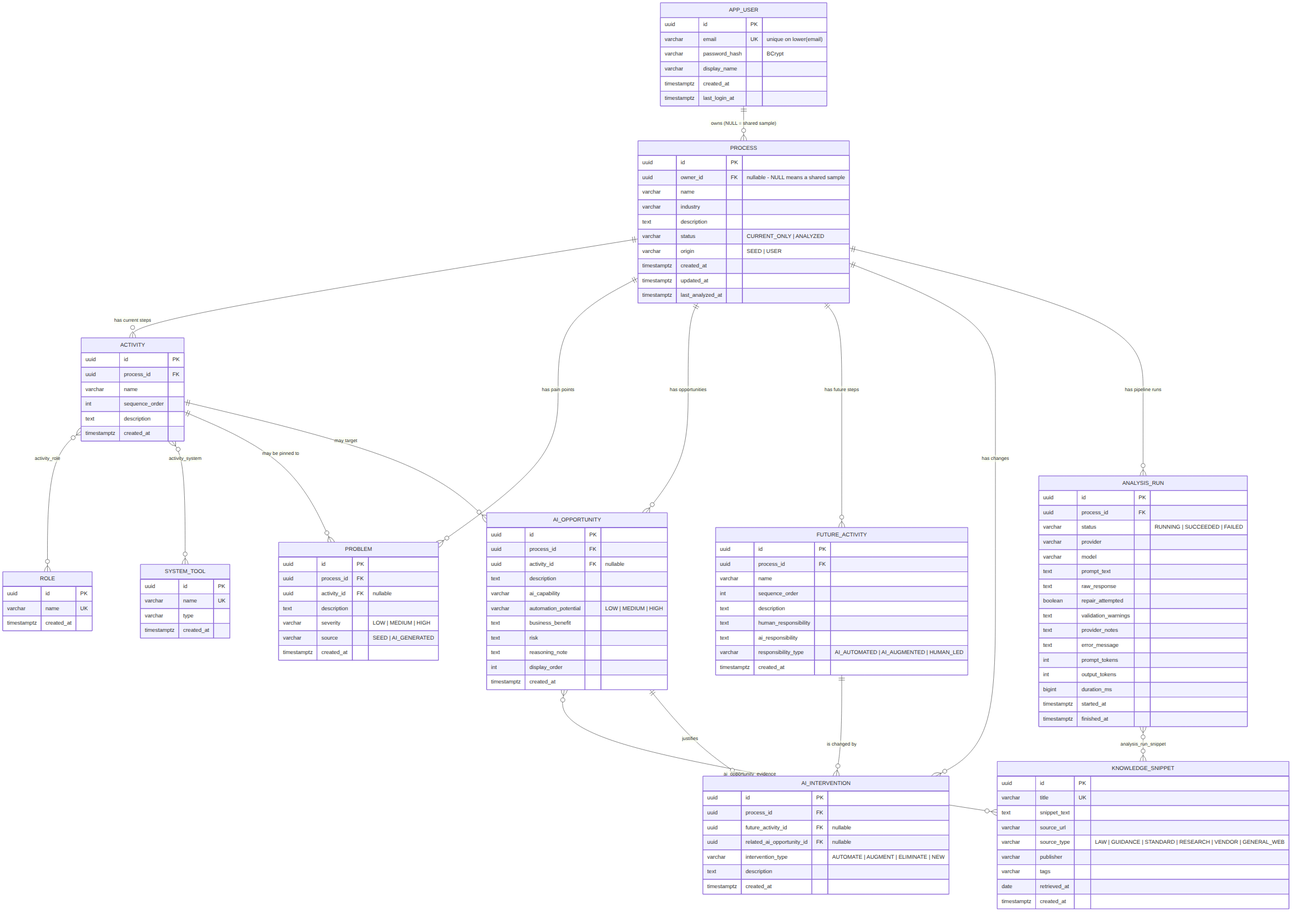
Saisrijan166/future-process-designer keeps this Mermaid diagram as docs/diagrams/entity-relationship-diagram.png. Above is the earlier version. Its source is kept beside it as docs/diagrams/entity-relationship-diagram.mmd. The source it was exported from:
```mermaid
erDiagram
    APP_USER ||--o{ PROCESS : "owns (NULL = shared sample)"
    PROCESS ||--o{ ACTIVITY : "has current steps"
    PROCESS ||--o{ PROBLEM : "has pain points"
    PROCESS ||--o{ AI_OPPORTUNITY : "has opportunities"
    PROCESS ||--o{ FUTURE_ACTIVITY : "has future steps"
    PROCESS ||--o{ AI_INTERVENTION : "has changes"
    PROCESS ||--o{ ANALYSIS_RUN : "has pipeline runs"

    ACTIVITY }o--o{ ROLE : "activity_role"
    ACTIVITY }o--o{ SYSTEM_TOOL : "activity_system"
    ACTIVITY ||--o{ PROBLEM : "may be pinned to"
    ACTIVITY ||--o{ AI_OPPORTUNITY : "may target"

    AI_OPPORTUNITY }o--o{ KNOWLEDGE_SNIPPET : "ai_opportunity_evidence"
    AI_OPPORTUNITY ||--o{ AI_INTERVENTION : "justifies"
    FUTURE_ACTIVITY ||--o{ AI_INTERVENTION : "is changed by"

    ANALYSIS_RUN }o--o{ KNOWLEDGE_SNIPPET : "analysis_run_snippet"

    APP_USER {
        uuid id PK
        varchar email UK "unique on lower(email)"
        varchar password_hash "BCrypt"
        varchar display_name
        timestamptz created_at
        timestamptz last_login_at
    }

    PROCESS {
        uuid id PK
        uuid owner_id FK "nullable - NULL means a shared sample"
        varchar name
        varchar industry
        text description
        varchar status "CURRENT_ONLY | ANALYZED"
        varchar origin "SEED | USER"
        timestamptz created_at
        timestamptz updated_at
        timestamptz last_analyzed_at
    }

    ACTIVITY {
        uuid id PK
        uuid process_id FK
        varchar name
        int sequence_order
        text description
        timestamptz created_at
    }

    ROLE {
        uuid id PK
        varchar name UK
        timestamptz created_at
    }

    SYSTEM_TOOL {
        uuid id PK
        varchar name UK
        varchar type
        timestamptz created_at
    }

    PROBLEM {
        uuid id PK
        uuid process_id FK
        uuid activity_id FK "nullable"
        text description
        varchar severity "LOW | MEDIUM | HIGH"
        varchar source "SEED | AI_GENERATED"
        timestamptz created_at
    }

    KNOWLEDGE_SNIPPET {
        uuid id PK
        varchar title UK
        text snippet_text
        varchar source_url
        varchar source_type "LAW | GUIDANCE | STANDARD | RESEARCH | VENDOR | GENERAL_WEB"
        varchar publisher
        varchar tags
        date retrieved_at
        timestamptz created_at
    }

    AI_OPPORTUNITY {
        uuid id PK
        uuid process_id FK
        uuid activity_id FK "nullable"
        text description
        varchar ai_capability
        varchar automation_potential "LOW | MEDIUM | HIGH"
        text business_benefit
        text risk
        text reasoning_note
        int display_order
        timestamptz created_at
    }

    FUTURE_ACTIVITY {
        uuid id PK
        uuid process_id FK
        varchar name
        int sequence_order
        text description
        text human_responsibility
        text ai_responsibility
        varchar responsibility_type "AI_AUTOMATED | AI_AUGMENTED | HUMAN_LED"
        timestamptz created_at
    }

    AI_INTERVENTION {
        uuid id PK
        uuid process_id FK
        uuid future_activity_id FK "nullable"
        uuid related_ai_opportunity_id FK "nullable"
        varchar intervention_type "AUTOMATE | AUGMENT | ELIMINATE | NEW"
        text description
        timestamptz created_at
    }

    ANALYSIS_RUN {
        uuid id PK
        uuid process_id FK
        varchar status "RUNNING | SUCCEEDED | FAILED"
        varchar provider
        varchar model
        text prompt_text
        text raw_response
        boolean repair_attempted
        text validation_warnings
        text provider_notes
        text error_message
        int prompt_tokens
        int output_tokens
        bigint duration_ms
        timestamptz started_at
        timestamptz finished_at
    }
```
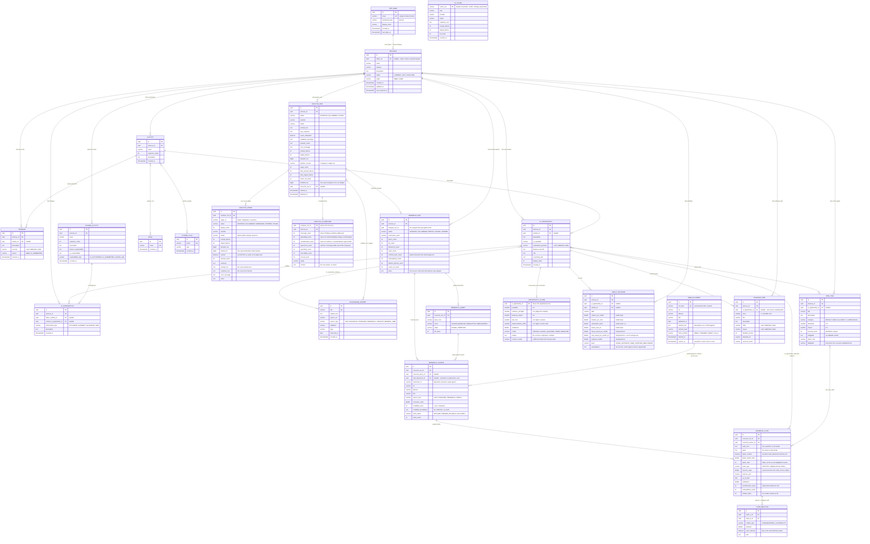
Later version of the same file.

The edit, as a diff of the source:
```diff
@@ -17,6 +17,28 @@
     FUTURE_ACTIVITY ||--o{ AI_INTERVENTION : "is changed by"
 
     ANALYSIS_RUN }o--o{ KNOWLEDGE_SNIPPET : "analysis_run_snippet"
+    ANALYSIS_RUN ||--o{ ANALYSIS_STAGE : "one row per stage"
+    ANALYSIS_RUN ||--o| ANALYSIS_SCORECARD : "is measured by"
+    ANALYSIS_RUN ||--o| RESEARCH_RUN : "used this research"
+
+    PROCESS ||--o{ RESEARCH_RUN : "has research passes"
+    RESEARCH_RUN ||--o{ RESEARCH_QUERY : "planned searches"
+    RESEARCH_RUN ||--o{ RESEARCH_SOURCE : "found sources"
+    RESEARCH_QUERY ||--o{ RESEARCH_SOURCE : "which search found it"
+    WEB_DOCUMENT ||--o{ RESEARCH_SOURCE : "cached page text, shared across runs"
+    RESEARCH_SOURCE ||--o{ EVIDENCE_CLAIM : "yielded claims"
+    EVIDENCE_CLAIM ||--o{ CLAIM_RELATION : "agrees or disagrees with"
+
+    AI_OPPORTUNITY }o--o{ EVIDENCE_CLAIM : "ai_opportunity_claim (the citation)"
+    AI_OPPORTUNITY ||--o| OPPORTUNITY_SCORE : "reviewed by a second model"
+    AI_OPPORTUNITY ||--o{ IMPACT_ESTIMATE : "is worth"
+    AI_OPPORTUNITY ||--o{ RISK_ITEM : "carries risks"
+    AI_OPPORTUNITY ||--o{ ROADMAP_ITEM : "is delivered by"
+    RISK_ITEM }o--o{ EVIDENCE_CLAIM : "risk_item_claim"
+
+    PROCESS ||--o{ IMPACT_ESTIMATE : "has estimates"
+    PROCESS ||--o{ RISK_ITEM : "has a risk register"
+    PROCESS ||--o{ ROADMAP_ITEM : "has a delivery plan"
 
     APP_USER {
         uuid id PK
@@ -135,6 +157,205 @@
         int prompt_tokens
         int output_tokens
         bigint duration_ms
+        varchar pipeline_version "2-staged | 1-single-call"
+        int stage_count
+        int total_prompt_tokens
+        int total_output_tokens
+        int cache_hit_count
+        bigint throttled_ms "time spent waiting on free-tier budget"
+        uuid research_run_id FK "nullable"
         timestamptz started_at
         timestamptz finished_at
     }
+
+    ANALYSIS_STAGE {
+        uuid id PK
+        uuid analysis_run_id FK
+        varchar stage_id "intake | diagnosis | research | ..."
+        varchar status "RUNNING | SUCCEEDED | DEGRADED | SKIPPED | FAILED"
+        int display_order
+        varchar provider
+        varchar model "which model actually answered"
+        int prompt_tokens
+        int output_tokens
+        bigint duration_ms
+        bigint waited_ms "time queued behind a token bucket"
+        boolean cached "served from ai_cache at no quota cost"
+        int attempt_count
+        text summary
+        text prompt_text "the exact prompt sent"
+        text response_text "the exact text returned"
+        text error_message
+        text notes
+    }
+
+    ANALYSIS_SCORECARD {
+        uuid analysis_run_id PK "shares the run's key"
+        uuid process_id FK
+        int coverage_score "share of today's activities addressed"
+        int grounding_score "share of recommendations citing a verified quote"
+        int corroboration_score "share of evidence a second domain agreed with"
+        int agreement_score "how the reviewing model scored the proposals"
+        int specificity_score
+        int traceability_score
+        int overall_score
+        varchar grade
+        text metrics "the raw counts, as JSON"
+    }
+
+    RESEARCH_RUN {
+        uuid id PK
+        uuid process_id FK
+        uuid analysis_run_id "the analysis this was gathered for"
+        varchar status "RUNNING | SUCCEEDED | PARTIAL | FAILED | SKIPPED"
+        varchar connectors_used
+        int query_count
+        int hit_count
+        int document_count
+        int claim_count
+        int verified_claim_count "quotes located in the stored page text"
+        int contradiction_count
+        int distinct_domain_count
+        int cache_hit_count
+        text notes "one line per connector that failed or was skipped"
+    }
+
+    RESEARCH_QUERY {
+        uuid id PK
+        uuid research_run_id FK
+        varchar query_text
+        varchar intent "DOMAIN_BASELINE | REGULATION | BENCHMARK | ..."
+        varchar origin "MODEL | TEMPLATE"
+        int hit_count
+    }
+
+    WEB_DOCUMENT {
+        uuid id PK
+        varchar url_hash UK "canonicalised URL, hashed"
+        varchar url
+        varchar domain
+        varchar title
+        date published_at
+        text content_text "what quotes are verified against"
+        varchar content_hash
+        varchar fetch_method "DIRECT | READER | AGENT_TOOL | ..."
+        timestamptz fetched_at
+        timestamptz expires_at "reused for a week, then re-read"
+    }
+
+    RESEARCH_SOURCE {
+        uuid id PK
+        uuid research_run_id FK
+        uuid research_query_id FK "nullable"
+        uuid web_document_id FK "nullable - null when it could not be read"
+        varchar connector_id "bing-web | openalex | groq-agent | ..."
+        varchar url
+        varchar domain
+        varchar title
+        varchar source_type "LAW | STANDARD | RESEARCH | NEWS | ..."
+        double relevance_score
+        int credibility_score "0-100, computed"
+        text credibility_breakdown "the arithmetic, as JSON"
+        varchar fetch_status "FETCHED | READER_FALLBACK | BLOCKED | ..."
+        int claim_count
+    }
+
+    EVIDENCE_CLAIM {
+        uuid id PK
+        uuid research_run_id FK
+        uuid research_source_id FK
+        text claim_text "one assertion, in our words"
+        text quote "the source's own words"
+        boolean quote_verified "located in web_document.content_text"
+        double quote_match_ratio
+        int quote_start "offset, so the UI can highlight it in place"
+        varchar claim_type "STATISTIC | REGULATION | RISK | ..."
+        double numeric_value "parsed out when the claim carries a figure"
+        varchar numeric_unit
+        date as_of_date
+        double confidence
+        int corroboration_count "independent domains only"
+        int contradiction_count
+        int citation_index "the number shown as [3]"
+    }
+
+    CLAIM_RELATION {
+        uuid id PK
+        uuid claim_a_id FK
+        uuid claim_b_id FK
+        varchar relation_type "CORROBORATES | CONTRADICTS"
+        double similarity
+        boolean same_domain "false is the only kind that counts"
+        text note
+    }
+
+    OPPORTUNITY_SCORE {
+        uuid ai_opportunity_id PK "shares the opportunity's key"
+        smallint feasibility "0-5"
+        smallint evidence_strength "0-5, judges the citations"
+        smallint business_impact "0-5"
+        smallint risk_level "0-5, higher is worse"
+        smallint implementation_effort "0-5, higher is more work"
+        double confidence
+        varchar verdict "STRONG | SOUND | QUALIFIED | WEAK | REJECTED"
+        text critique "the reviewer's objection, verbatim"
+        varchar reviewer_model "a different family from the generator"
+    }
+
+    IMPACT_ESTIMATE {
+        uuid id PK
+        uuid process_id FK
+        uuid ai_opportunity_id FK "nullable"
+        uuid activity_id FK "nullable"
+        varchar label
+        double volume_per_month "model input"
+        double minutes_per_item "model input"
+        double automation_share "model input, 0-1"
+        double hourly_cost_inr "model input"
+        double hours_saved_per_month "computed here"
+        double cost_saved_per_month_inr "computed here, net of running cost"
+        double payback_months "computed here"
+        varchar basis "MODEL_ESTIMATE | USER_SUPPLIED | BENCHMARK"
+        text assumptions "one per line, so the figures can be argued with"
+    }
+
+    RISK_ITEM {
+        uuid id PK
+        uuid process_id FK
+        uuid ai_opportunity_id FK "nullable"
+        varchar title
+        text description
+        varchar category "PRIVACY | BIAS | ACCURACY | COMPLIANCE | ..."
+        smallint likelihood "1-5"
+        smallint impact "1-5"
+        int severity_score "likelihood x impact"
+        text mitigation "an auditable control"
+        varchar owner_role
+        varchar obligation "only where the research established one"
+    }
+
+    ROADMAP_ITEM {
+        uuid id PK
+        uuid process_id FK
+        uuid ai_opportunity_id FK "nullable - null means enabling work"
+        smallint wave "1 = startable now"
+        varchar title
+        text description
+        varchar effort "LOW | MEDIUM | HIGH"
+        varchar impact "LOW | MEDIUM | HIGH"
+        int duration_weeks
+        varchar depends_on
+        varchar success_metric
+    }
+
+    AI_CACHE {
+        varchar cache_key PK "sha256 of provider, model, settings and prompt"
+        varchar task
+        varchar provider
+        varchar model
+        text response_text
+        int prompt_tokens
+        int output_tokens
+        int hit_count
+        timestamptz created_at
+    }
```
